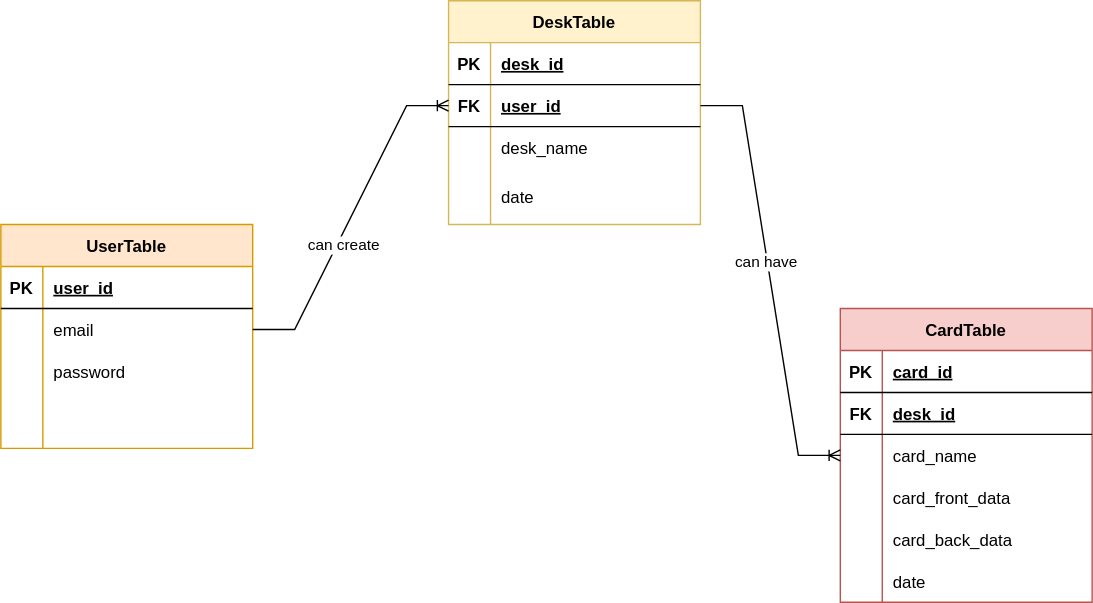
The draw.io diagram design/database_design.svg in mgkyawmyotun/lhankyi, before a commit. Source tidied: cells renumbered, new cells last; positions are measured from the earlier drawing's top-left corner, leaving out a move shared by most shapes.
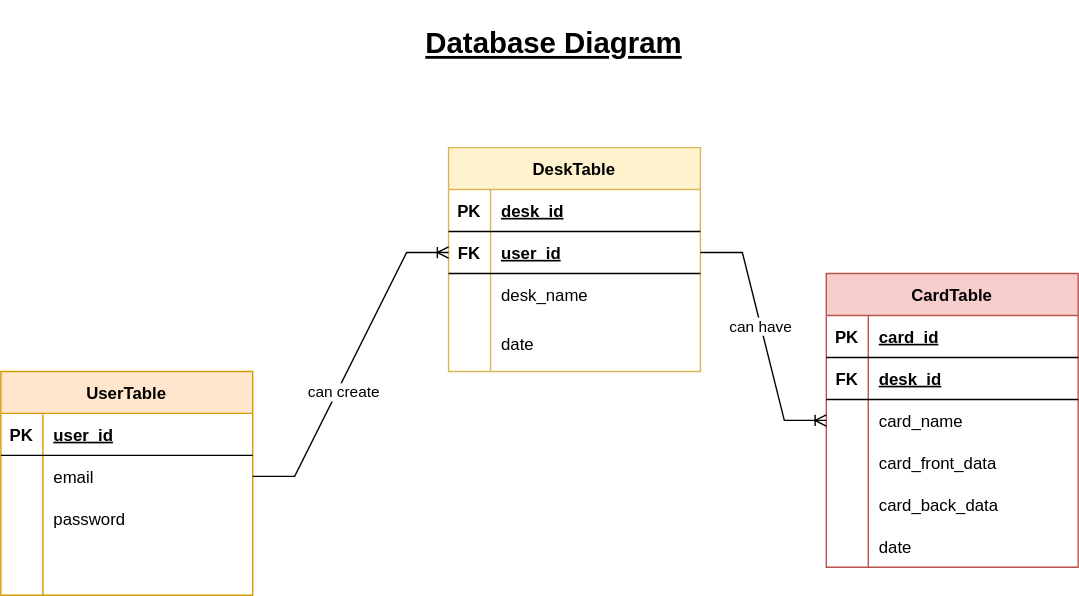
After the change.

The edit, as a diff of the source:
```diff
@@ -42,7 +42,7 @@
       <mxGeometry x="30" width="150" height="30" as="geometry" />
     </mxCell>
     <mxCell id="15" value="CardTable" style="shape=table;startSize=30;rowLines=0;fontStyle=1;align=center;fillColor=#f8cecc;strokeColor=#b85450;" parent="1" vertex="1">
-      <mxGeometry x="600" y="220" width="180" height="210" as="geometry" />
+      <mxGeometry x="590" y="90" width="180" height="210" as="geometry" />
     </mxCell>
     <mxCell id="16" style="shape=partialRectangle;fillColor=none;top=0;left=0;bottom=1;right=0;" parent="15" vertex="1">
       <mxGeometry y="30" width="180" height="30" as="geometry" />
@@ -151,5 +151,8 @@
         <mxPoint x="-1" as="offset" />
       </mxGeometry>
     </mxCell>
+    <mxCell id="51" value="&lt;h1 style=&quot;font-size: 21px;&quot;&gt;Database Diagram&lt;/h1&gt;" style="text;html=1;align=center;verticalAlign=middle;strokeColor=none;fillColor=none;rounded=0;fontStyle=4;fontSize=21;" parent="1" vertex="1">
+      <mxGeometry x="295" y="-105" width="200" height="60" as="geometry" />
+    </mxCell>
   </root>
 </mxGraphModel>
```
